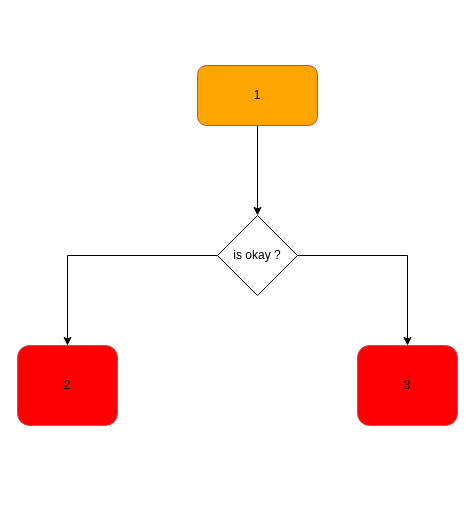
This is Robbero Scope Demo.drawio from nyolamike/roberoscope-docs, a draw.io file, before an edit. Source tidied: cells renumbered, new cells numbered last; positions are measured from the earlier drawing's top-left corner, leaving out a move shared by most shapes. Both pictures are drawn from the tidied source at 100%, with x=0, y=0 at pixel (17, 65).
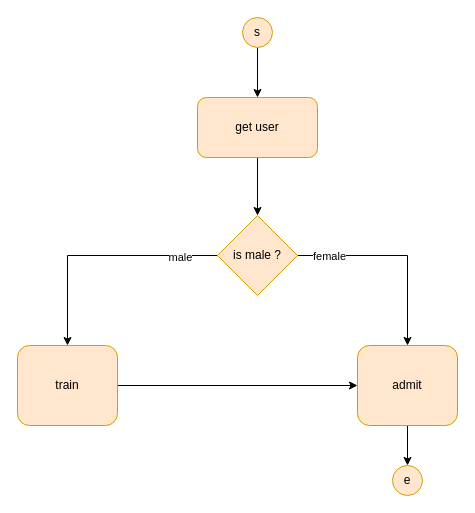
After the change.

What changed in the source:
```diff
@@
 <mxGraphModel>
   <root>
     <mxCell id="0" />
     <mxCell id="1" parent="0" />
     <mxCell id="2" style="edgeStyle=orthogonalEdgeStyle;rounded=0;jettySize=auto;html=1;" parent="1" edge="1" source="3" target="7">
       <mxGeometry relative="1" as="geometry" />
     </mxCell>
-    <mxCell id="3" value="1" style="rounded=1;whiteSpace=wrap;html=1;fillColor=orange;strokeColor=#b85450;comic=0;absoluteArcSize=0;glass=0;" parent="1" vertex="1">
-      <mxGeometry x="180" width="120" height="60" as="geometry" />
+    <mxCell id="3" value="get user" style="rounded=1;whiteSpace=wrap;html=1;fillColor=#ffe6cc;strokeColor=#d79b00;comic=0;absoluteArcSize=0;glass=0;" parent="1" vertex="1">
+      <mxGeometry x="180" y="32" width="120" height="60" as="geometry" />
     </mxCell>
+    <mxCell id="9" style="edgeStyle=orthogonalEdgeStyle;rounded=0;jettySize=auto;html=1;" parent="1" edge="1" source="4" target="8">
+      <mxGeometry relative="1" as="geometry" />
+    </mxCell>
-    <mxCell id="4" value="2" style="rounded=1;whiteSpace=wrap;html=1;fillColor=red;strokeColor=#b85450;comic=0;absoluteArcSize=0;glass=0;" parent="1" vertex="1">
+    <mxCell id="4" value="train" style="rounded=1;whiteSpace=wrap;html=1;fillColor=#ffe6cc;strokeColor=#d79b00;comic=0;absoluteArcSize=0;glass=0;" parent="1" vertex="1">
       <mxGeometry y="280" width="100" height="80" as="geometry" />
     </mxCell>
     <mxCell id="5" style="edgeStyle=orthogonalEdgeStyle;rounded=0;jettySize=auto;html=1;" parent="1" edge="1" source="7" target="4">
       <mxGeometry relative="1" as="geometry" />
     </mxCell>
+    <mxCell id="10" value="male" style="edgeLabel;html=1;align=center;verticalAlign=middle;" parent="5" vertex="1">
+      <mxGeometry x="-0.68" y="1" relative="1" as="geometry" />
+    </mxCell>
     <mxCell id="6" style="edgeStyle=orthogonalEdgeStyle;rounded=0;jettySize=auto;html=1;" parent="1" edge="1" source="7" target="8">
       <mxGeometry relative="1" as="geometry" />
     </mxCell>
+    <mxCell id="11" value="female" style="edgeLabel;html=1;align=center;verticalAlign=middle;" parent="6" vertex="1">
+      <mxGeometry x="-0.69" relative="1" as="geometry" />
+    </mxCell>
-    <mxCell id="7" value="is okay ?" style="rhombus;whiteSpace=wrap;html=1;" parent="1" vertex="1">
+    <mxCell id="7" value="is male ?" style="rhombus;whiteSpace=wrap;html=1;fillColor=#ffe6cc;strokeColor=#d79b00;" parent="1" vertex="1">
       <mxGeometry x="200" y="150" width="80" height="80" as="geometry" />
     </mxCell>
+    <mxCell id="12" style="edgeStyle=orthogonalEdgeStyle;rounded=0;jettySize=auto;html=1;entryX=0.5;entryY=0;entryDx=0;entryDy=0;" parent="1" edge="1" source="8" target="13">
+      <mxGeometry relative="1" as="geometry" />
+    </mxCell>
-    <mxCell id="8" value="3" style="rounded=1;whiteSpace=wrap;html=1;fillColor=red;strokeColor=#b85450;comic=0;absoluteArcSize=0;glass=0;" parent="1" vertex="1">
+    <mxCell id="8" value="admit" style="rounded=1;whiteSpace=wrap;html=1;fillColor=#ffe6cc;strokeColor=#d79b00;comic=0;absoluteArcSize=0;glass=0;" parent="1" vertex="1">
       <mxGeometry x="340" y="280" width="100" height="80" as="geometry" />
     </mxCell>
+    <mxCell id="13" value="e" style="ellipse;whiteSpace=wrap;html=1;fillColor=#ffe6cc;strokeColor=#d79b00;" parent="1" vertex="1">
+      <mxGeometry x="375" y="400" width="30" height="30" as="geometry" />
+    </mxCell>
+    <mxCell id="14" style="edgeStyle=orthogonalEdgeStyle;rounded=0;jettySize=auto;html=1;" parent="1" edge="1" source="15" target="3">
+      <mxGeometry relative="1" as="geometry" />
+    </mxCell>
+    <mxCell id="15" value="s" style="ellipse;whiteSpace=wrap;html=1;fillColor=#ffe6cc;strokeColor=#d79b00;" parent="1" vertex="1">
+      <mxGeometry x="225" y="-48" width="30" height="30" as="geometry" />
+    </mxCell>
   </root>
 </mxGraphModel>
```
